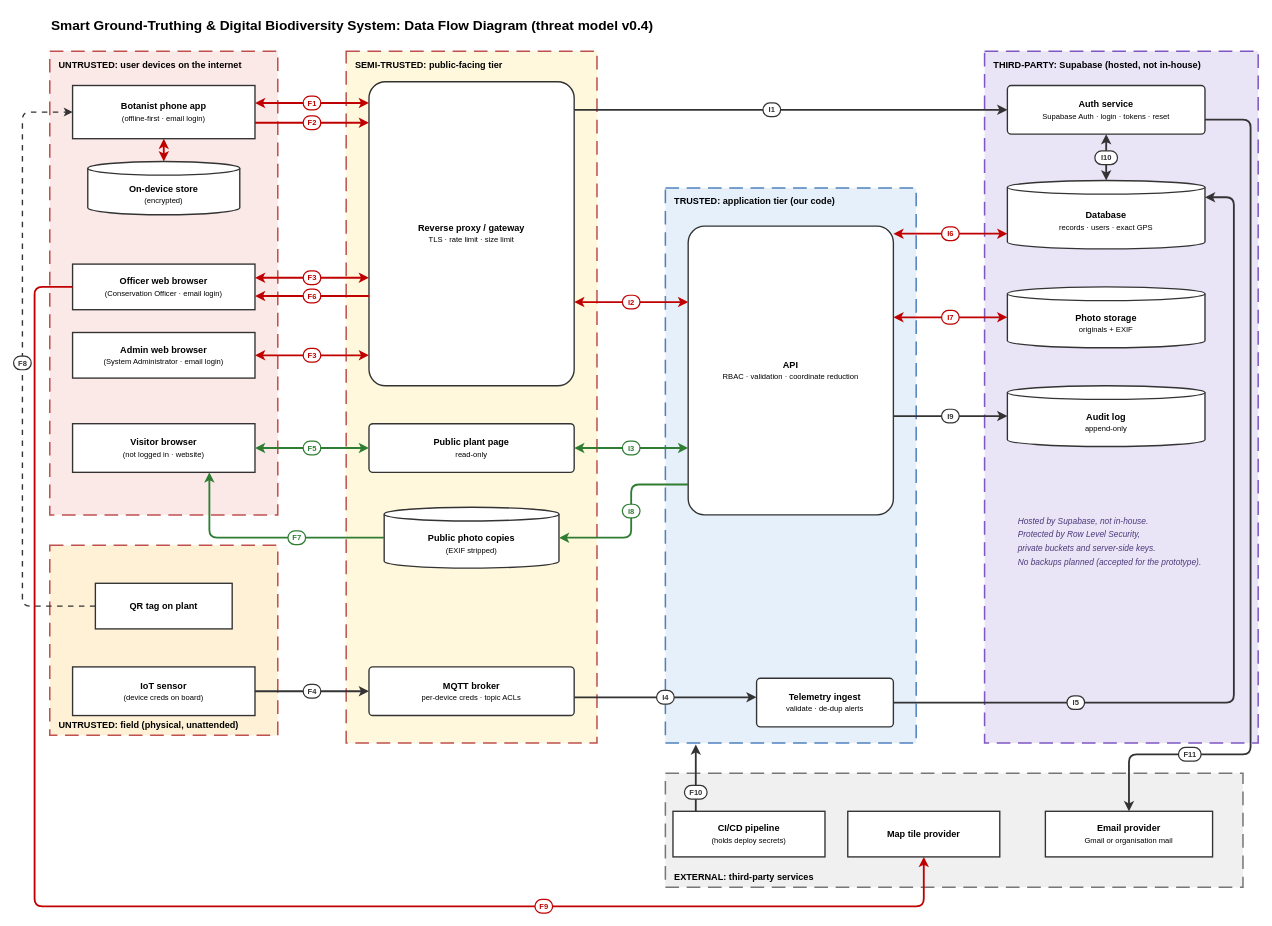
Earlier version of the draw.io diagram docs/architecture/threat-model-dfd-v4.drawio (Kampung-Semua-Cina/CTIP-biodiversitysystem). Source tidied: cells renumbered, new cells numbered last; positions are measured from the earlier drawing's top-left corner, leaving out a move shared by most shapes. Both pictures are drawn from the tidied source at 76%, with x=0, y=0 at pixel (13, 13).
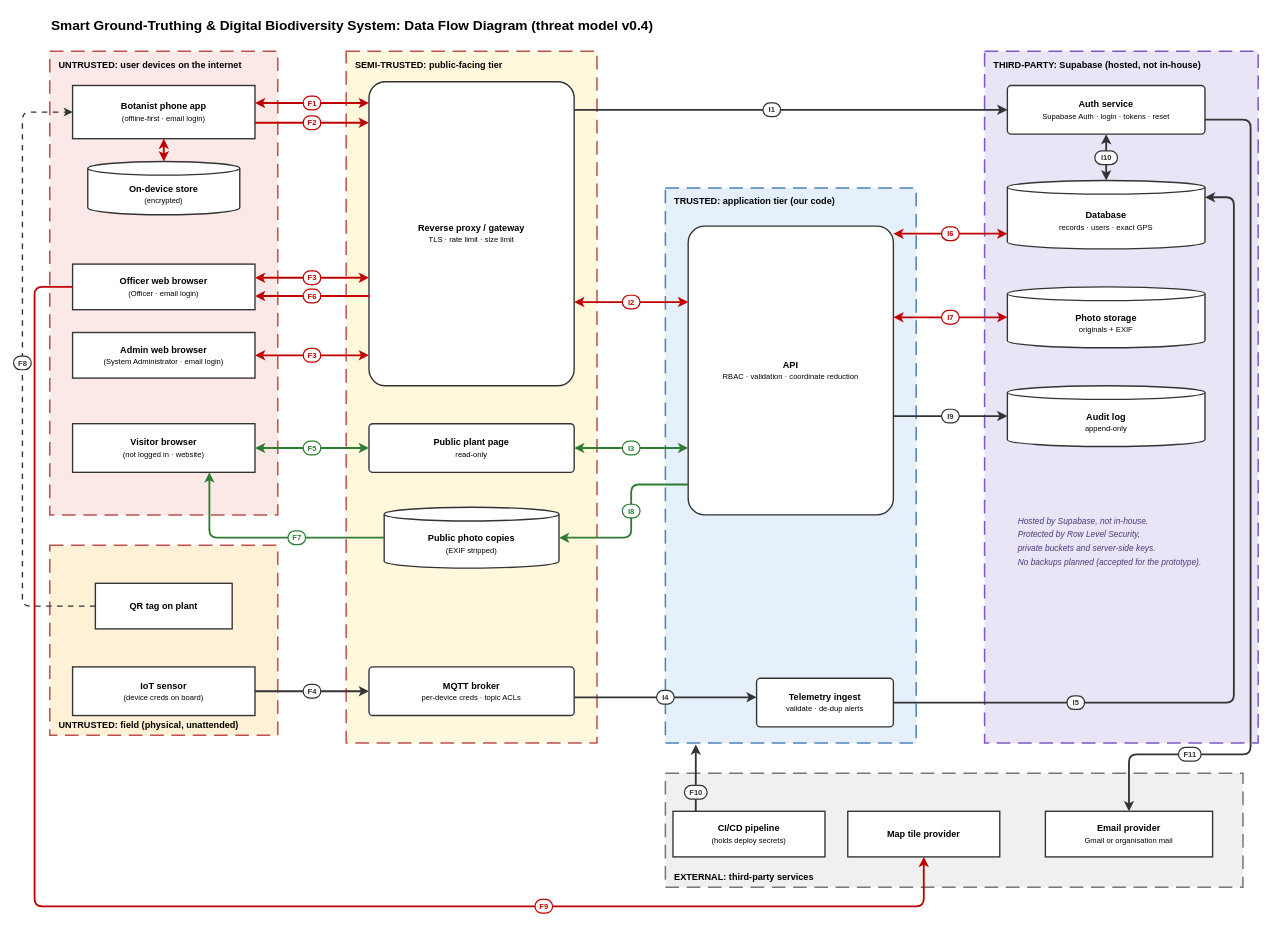
After the change.

Commit message (it also covers changes not shown here):
change conservation officer to officer

The edit, as a diff of the source:
```diff
@@
-    <mxCell id="15" value="&lt;b&gt;Officer web browser&lt;/b&gt;&lt;br&gt;&lt;font style='font-size:10px'&gt;(Conservation Officer · email login)&lt;/font&gt;" style="rounded=0;whiteSpace=wrap;html=1;fillColor=#ffffff;strokeColor=#333333;strokeWidth=1.8;fontSize=12;" parent="1" vertex="1">
+    <mxCell id="15" value="&lt;b&gt;Officer web browser&lt;/b&gt;&lt;br&gt;&lt;font style=&quot;font-size:10px&quot;&gt;(Officer · email login)&lt;/font&gt;" style="rounded=0;whiteSpace=wrap;html=1;fillColor=#ffffff;strokeColor=#333333;strokeWidth=1.8;fontSize=12;" parent="1" vertex="1">
       <mxGeometry x="78" y="330" width="240" height="60" as="geometry" />
     </mxCell>
```
